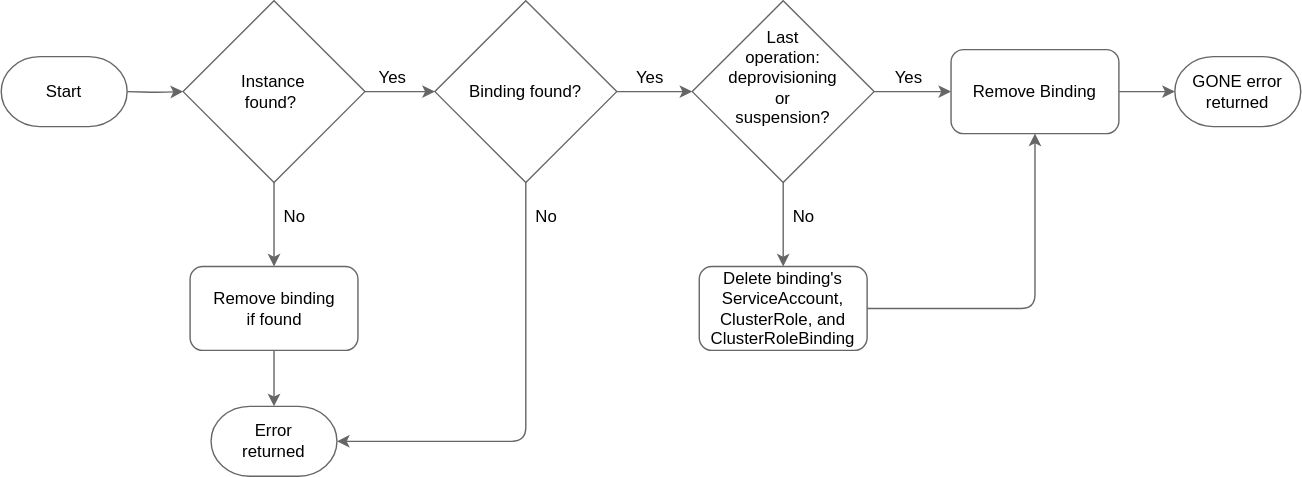
kyma-project/kyma-environment-broker keeps this draw.io diagram as docs/assets/bindings-delete-flow.drawio.svg. Above is the earlier version. Source tidied: cells renumbered, new cells last; positions are measured from the earlier drawing's top-left corner, leaving out a move shared by most shapes.
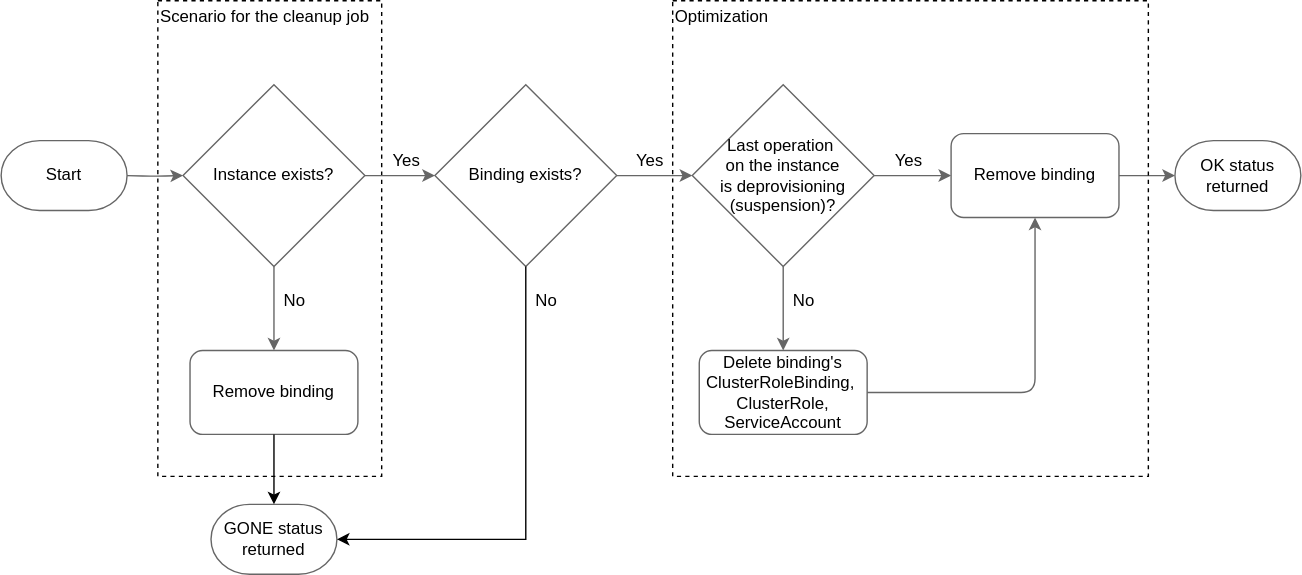
Later version of the same file.

Commit message:
Adjust diagrams; fix binding creation description

Diff of the diagram source:
```diff
@@ -2,13 +2,16 @@
   <root>
     <mxCell id="0" />
     <mxCell id="1" parent="0" />
+    <mxCell id="34" value="Scenario for the cleanup job&lt;div&gt;&lt;br&gt;&lt;/div&gt;&lt;div&gt;&lt;br&gt;&lt;/div&gt;&lt;div&gt;&lt;br&gt;&lt;/div&gt;&lt;div&gt;&lt;br&gt;&lt;/div&gt;&lt;div&gt;&lt;br&gt;&lt;/div&gt;&lt;div&gt;&lt;br&gt;&lt;/div&gt;&lt;div&gt;&lt;br&gt;&lt;/div&gt;&lt;div&gt;&lt;br&gt;&lt;/div&gt;&lt;div&gt;&lt;br&gt;&lt;/div&gt;&lt;div&gt;&lt;br&gt;&lt;/div&gt;&lt;div&gt;&lt;br&gt;&lt;/div&gt;&lt;div&gt;&lt;br&gt;&lt;/div&gt;&lt;div&gt;&lt;br&gt;&lt;/div&gt;&lt;div&gt;&lt;br&gt;&lt;/div&gt;&lt;div&gt;&lt;br&gt;&lt;/div&gt;&lt;div&gt;&lt;br&gt;&lt;/div&gt;&lt;div&gt;&lt;br&gt;&lt;/div&gt;&lt;div&gt;&lt;br&gt;&lt;/div&gt;&lt;div&gt;&lt;br&gt;&lt;/div&gt;&lt;div&gt;&lt;br&gt;&lt;/div&gt;&lt;div&gt;&lt;br&gt;&lt;/div&gt;&lt;div&gt;&lt;br&gt;&lt;/div&gt;" style="rounded=0;whiteSpace=wrap;html=1;fillColor=none;dashed=1;align=left;" parent="1" vertex="1">
+      <mxGeometry x="112" y="-60" width="160" height="340" as="geometry" />
+    </mxCell>
     <mxCell id="2" style="edgeStyle=orthogonalEdgeStyle;rounded=1;jettySize=auto;html=1;entryX=0;entryY=0.5;entryDx=0;entryDy=0;curved=0;strokeColor=#666666;" parent="1" edge="1" source="4" target="14">
       <mxGeometry relative="1" as="geometry" />
     </mxCell>
     <mxCell id="3" style="edgeStyle=orthogonalEdgeStyle;rounded=1;jettySize=auto;html=1;curved=0;strokeColor=#666666;" parent="1" edge="1" source="4" target="16">
       <mxGeometry relative="1" as="geometry" />
     </mxCell>
-    <mxCell id="4" style="rhombus;whiteSpace=wrap;html=1;strokeColor=#666666;fillStyle=solid;fillColor=#ffffff;" parent="1" vertex="1">
+    <mxCell id="4" value="&lt;div style=&quot;&quot;&gt;&lt;span style=&quot;background-color: initial;&quot;&gt;Last operation&amp;nbsp;&lt;/span&gt;&lt;/div&gt;&lt;div style=&quot;&quot;&gt;&lt;span style=&quot;background-color: initial;&quot;&gt;on the instance&lt;/span&gt;&lt;/div&gt;&lt;div&gt;is deprovisioning (suspension)?&lt;/div&gt;" style="rhombus;whiteSpace=wrap;html=1;strokeColor=#666666;fillStyle=solid;fillColor=#ffffff;" parent="1" vertex="1">
       <mxGeometry x="494" width="130" height="130" as="geometry" />
     </mxCell>
     <mxCell id="5" style="edgeStyle=orthogonalEdgeStyle;rounded=1;jettySize=auto;html=1;curved=0;strokeColor=#666666;" parent="1" edge="1" source="7" target="11">
@@ -17,19 +20,13 @@
     <mxCell id="6" style="edgeStyle=orthogonalEdgeStyle;rounded=1;jettySize=auto;html=1;curved=0;strokeColor=#666666;" parent="1" edge="1" source="7" target="18">
       <mxGeometry relative="1" as="geometry" />
     </mxCell>
-    <mxCell id="7" style="rhombus;whiteSpace=wrap;html=1;strokeColor=#666666;fillStyle=solid;fillColor=#ffffff;" parent="1" vertex="1">
+    <mxCell id="7" value="Instance exists?" style="rhombus;whiteSpace=wrap;html=1;strokeColor=#666666;fillStyle=solid;fillColor=#ffffff;" parent="1" vertex="1">
       <mxGeometry x="130" width="130" height="130" as="geometry" />
     </mxCell>
-    <mxCell id="8" value="Last operation:&lt;div&gt;deprovisioning or suspension?&lt;/div&gt;" style="text;html=1;align=center;verticalAlign=middle;whiteSpace=wrap;rounded=0;fontColor=#000000;" parent="1" vertex="1">
-      <mxGeometry x="520.2" y="20" width="77.5" height="70" as="geometry" />
-    </mxCell>
     <mxCell id="9" style="edgeStyle=orthogonalEdgeStyle;rounded=1;jettySize=auto;html=1;entryX=0;entryY=0.5;entryDx=0;entryDy=0;curved=0;strokeColor=#666666;" parent="1" edge="1" source="11" target="4">
       <mxGeometry relative="1" as="geometry" />
     </mxCell>
-    <mxCell id="10" style="edgeStyle=orthogonalEdgeStyle;rounded=1;jettySize=auto;html=1;entryX=1;entryY=0.5;entryDx=0;entryDy=0;exitX=0.5;exitY=1;exitDx=0;exitDy=0;curved=0;strokeColor=#666666;entryPerimeter=0;" parent="1" edge="1" source="11" target="31">
-      <mxGeometry relative="1" as="geometry" />
-    </mxCell>
-    <mxCell id="11" style="rhombus;whiteSpace=wrap;html=1;strokeColor=#666666;fillStyle=solid;fillColor=#ffffff;" parent="1" vertex="1">
+    <mxCell id="11" value="Binding exists?" style="rhombus;whiteSpace=wrap;html=1;strokeColor=#666666;fillStyle=solid;fillColor=#ffffff;" parent="1" vertex="1">
       <mxGeometry x="310" width="130" height="130" as="geometry" />
     </mxCell>
     <mxCell id="12" style="edgeStyle=orthogonalEdgeStyle;rounded=1;jettySize=auto;html=1;entryX=0;entryY=0.5;entryDx=0;entryDy=0;curved=0;strokeColor=#666666;" parent="1" edge="1" target="7">
@@ -42,40 +39,20 @@
         <mxPoint x="839" y="65" as="targetPoint" />
       </mxGeometry>
     </mxCell>
-    <mxCell id="14" style="rounded=1;whiteSpace=wrap;html=1;strokeColor=#666666;fillStyle=solid;fillColor=#ffffff;" parent="1" vertex="1">
+    <mxCell id="14" value="Remove binding" style="rounded=1;whiteSpace=wrap;html=1;strokeColor=#666666;fillStyle=solid;fillColor=#ffffff;" parent="1" vertex="1">
       <mxGeometry x="679" y="35" width="120" height="60" as="geometry" />
     </mxCell>
     <mxCell id="15" style="edgeStyle=orthogonalEdgeStyle;rounded=1;jettySize=auto;html=1;entryX=0.5;entryY=1;entryDx=0;entryDy=0;curved=0;strokeColor=#666666;" parent="1" edge="1" source="16" target="14">
       <mxGeometry relative="1" as="geometry" />
     </mxCell>
-    <mxCell id="16" style="rounded=1;whiteSpace=wrap;html=1;strokeColor=#666666;fillStyle=solid;fillColor=#ffffff;" parent="1" vertex="1">
+    <mxCell id="16" value="Delete binding's&lt;br&gt;&lt;div&gt;&lt;span style=&quot;background-color: initial;&quot;&gt;ClusterRoleBinding,&lt;/span&gt;&amp;nbsp;&lt;/div&gt;&lt;div&gt;ClusterRole,&lt;/div&gt;&lt;div&gt;&lt;span style=&quot;background-color: initial;&quot;&gt;ServiceAccount&lt;/span&gt;&lt;/div&gt;" style="rounded=1;whiteSpace=wrap;html=1;strokeColor=#666666;fillStyle=solid;fillColor=#ffffff;" parent="1" vertex="1">
       <mxGeometry x="499" y="190" width="120" height="60" as="geometry" />
     </mxCell>
-    <mxCell id="17" style="edgeStyle=orthogonalEdgeStyle;rounded=1;jettySize=auto;html=1;curved=0;strokeColor=#666666;" parent="1" edge="1" source="18">
-      <mxGeometry relative="1" as="geometry">
-        <mxPoint x="195" y="290" as="targetPoint" />
-      </mxGeometry>
-    </mxCell>
-    <mxCell id="18" style="rounded=1;whiteSpace=wrap;html=1;strokeColor=#666666;fillStyle=solid;fillColor=#ffffff;" parent="1" vertex="1">
+    <mxCell id="18" value="Remove binding" style="rounded=1;whiteSpace=wrap;html=1;strokeColor=#666666;fillStyle=solid;fillColor=#ffffff;" parent="1" vertex="1">
       <mxGeometry x="135" y="190" width="120" height="60" as="geometry" />
     </mxCell>
-    <mxCell id="19" value="&amp;nbsp;Instance found?" style="text;html=1;align=center;verticalAlign=middle;whiteSpace=wrap;rounded=0;fontColor=#000000;" parent="1" vertex="1">
-      <mxGeometry x="147.5" y="50" width="90" height="30" as="geometry" />
-    </mxCell>
-    <mxCell id="20" value="Binding found?" style="text;html=1;align=center;verticalAlign=middle;whiteSpace=wrap;rounded=0;fontColor=#000000;" parent="1" vertex="1">
-      <mxGeometry x="330" y="50" width="90" height="30" as="geometry" />
-    </mxCell>
-    <mxCell id="21" value="Remove Binding" style="text;html=1;align=center;verticalAlign=middle;whiteSpace=wrap;rounded=0;fontColor=#000000;" parent="1" vertex="1">
-      <mxGeometry x="689" y="50" width="100" height="30" as="geometry" />
-    </mxCell>
-    <mxCell id="22" value="Delete binding's ServiceAccount, ClusterRole, and ClusterRoleBinding" style="text;html=1;align=center;verticalAlign=middle;whiteSpace=wrap;rounded=0;fontColor=#000000;" parent="1" vertex="1">
-      <mxGeometry x="504" y="195" width="110" height="50" as="geometry" />
-    </mxCell>
-    <mxCell id="23" value="Remove binding&lt;div&gt;if found&lt;/div&gt;" style="text;html=1;align=center;verticalAlign=middle;whiteSpace=wrap;rounded=0;fontColor=#000000;" parent="1" vertex="1">
-      <mxGeometry x="147.5" y="202.5" width="95" height="35" as="geometry" />
-    </mxCell>
     <mxCell id="24" value="Yes" style="text;html=1;align=center;verticalAlign=middle;whiteSpace=wrap;rounded=0;fontColor=#000000;" parent="1" vertex="1">
-      <mxGeometry x="250" y="40" width="60" height="30" as="geometry" />
+      <mxGeometry x="260" y="40" width="60" height="30" as="geometry" />
     </mxCell>
     <mxCell id="25" value="Yes" style="text;html=1;align=center;verticalAlign=middle;whiteSpace=wrap;rounded=0;fontColor=#000000;" parent="1" vertex="1">
       <mxGeometry x="434" y="40" width="60" height="30" as="geometry" />
@@ -92,17 +69,23 @@
     <mxCell id="29" value="No" style="text;html=1;align=center;verticalAlign=middle;whiteSpace=wrap;rounded=0;fontColor=#000000;" parent="1" vertex="1">
       <mxGeometry x="360" y="140" width="60" height="30" as="geometry" />
     </mxCell>
-    <mxCell id="30" value="GONE error returned" style="strokeWidth=1;html=1;shape=mxgraph.flowchart.terminator;whiteSpace=wrap;strokeColor=#666666;fillStyle=solid;fillColor=#ffffff;fontColor=#000000;" parent="1" vertex="1">
+    <mxCell id="30" value="OK status returned" style="strokeWidth=1;html=1;shape=mxgraph.flowchart.terminator;whiteSpace=wrap;strokeColor=#666666;fillStyle=solid;fillColor=#ffffff;fontColor=#000000;" parent="1" vertex="1">
       <mxGeometry x="839" y="40" width="90" height="50" as="geometry" />
     </mxCell>
-    <mxCell id="31" style="strokeWidth=1;html=1;shape=mxgraph.flowchart.terminator;whiteSpace=wrap;strokeColor=#666666;fillStyle=solid;fillColor=#ffffff;" parent="1" vertex="1">
-      <mxGeometry x="150" y="290" width="90" height="50" as="geometry" />
+    <mxCell id="31" value="GONE status returned" style="strokeWidth=1;html=1;shape=mxgraph.flowchart.terminator;whiteSpace=wrap;strokeColor=#666666;fillStyle=solid;fillColor=#ffffff;" parent="1" vertex="1">
+      <mxGeometry x="150" y="300" width="90" height="50" as="geometry" />
     </mxCell>
-    <mxCell id="32" value="Error returned" style="text;html=1;align=center;verticalAlign=middle;whiteSpace=wrap;rounded=0;fontColor=#000000;" parent="1" vertex="1">
-      <mxGeometry x="165" y="300" width="60" height="30" as="geometry" />
-    </mxCell>
     <mxCell id="33" value="Start" style="strokeWidth=1;html=1;shape=mxgraph.flowchart.terminator;whiteSpace=wrap;strokeColor=#666666;fillStyle=solid;fillColor=#ffffff;fontColor=#000000;" parent="1" vertex="1">
       <mxGeometry y="40" width="90" height="50" as="geometry" />
     </mxCell>
+    <mxCell id="10" style="edgeStyle=orthogonalEdgeStyle;rounded=0;jettySize=auto;html=1;exitX=0.5;exitY=1;exitDx=0;exitDy=0;entryX=1;entryY=0.5;entryDx=0;entryDy=0;entryPerimeter=0;" parent="1" edge="1" source="11" target="31">
+      <mxGeometry relative="1" as="geometry" />
+    </mxCell>
+    <mxCell id="35" value="Optimization&lt;div&gt;&lt;br&gt;&lt;/div&gt;&lt;div&gt;&lt;br&gt;&lt;/div&gt;&lt;div&gt;&lt;br&gt;&lt;/div&gt;&lt;div&gt;&lt;br&gt;&lt;/div&gt;&lt;div&gt;&lt;br&gt;&lt;/div&gt;&lt;div&gt;&lt;br&gt;&lt;/div&gt;&lt;div&gt;&lt;br&gt;&lt;/div&gt;&lt;div&gt;&lt;br&gt;&lt;/div&gt;&lt;div&gt;&lt;br&gt;&lt;/div&gt;&lt;div&gt;&lt;br&gt;&lt;/div&gt;&lt;div&gt;&lt;br&gt;&lt;/div&gt;&lt;div&gt;&lt;br&gt;&lt;/div&gt;&lt;div&gt;&lt;br&gt;&lt;/div&gt;&lt;div&gt;&lt;br&gt;&lt;/div&gt;&lt;div&gt;&lt;br&gt;&lt;/div&gt;&lt;div&gt;&lt;br&gt;&lt;/div&gt;&lt;div&gt;&lt;br&gt;&lt;/div&gt;&lt;div&gt;&lt;br&gt;&lt;/div&gt;&lt;div&gt;&lt;br&gt;&lt;/div&gt;&lt;div&gt;&lt;br&gt;&lt;/div&gt;&lt;div&gt;&lt;br&gt;&lt;/div&gt;&lt;div&gt;&lt;br&gt;&lt;/div&gt;" style="rounded=0;whiteSpace=wrap;html=1;fillColor=none;dashed=1;align=left;" parent="1" vertex="1">
+      <mxGeometry x="480" y="-60" width="340" height="340" as="geometry" />
+    </mxCell>
+    <mxCell id="36" style="edgeStyle=orthogonalEdgeStyle;rounded=0;jettySize=auto;html=1;exitX=0.5;exitY=1;exitDx=0;exitDy=0;entryX=0.5;entryY=0;entryDx=0;entryDy=0;entryPerimeter=0;" parent="1" edge="1" source="18" target="31">
+      <mxGeometry relative="1" as="geometry" />
+    </mxCell>
   </root>
 </mxGraphModel>
```
